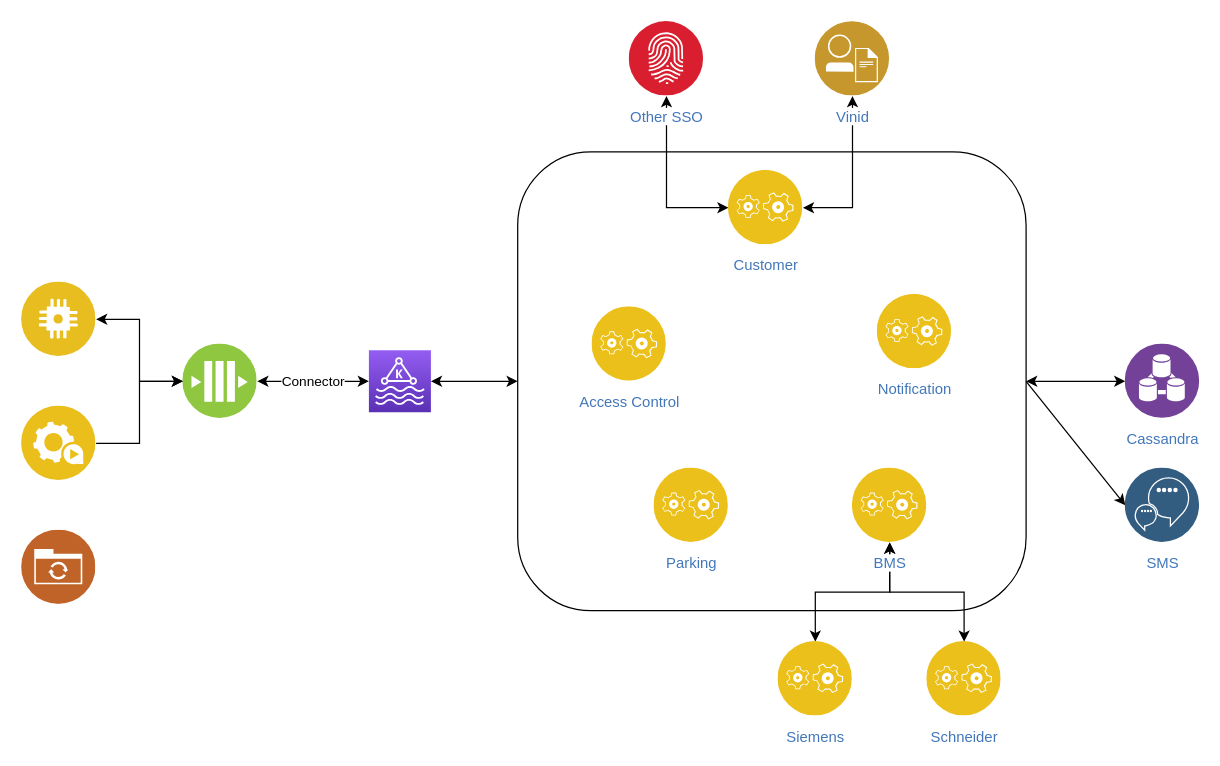
anhgv252/learn keeps this draw.io diagram as Untitled Diagram.drawio. Above is the earlier version. Source tidied: cells renumbered, new cells numbered last; positions are measured from the earlier drawing's top-left corner, leaving out a move shared by most shapes. Both pictures are drawn from the tidied source at 124%, with x=0, y=0 at pixel (21, 21).
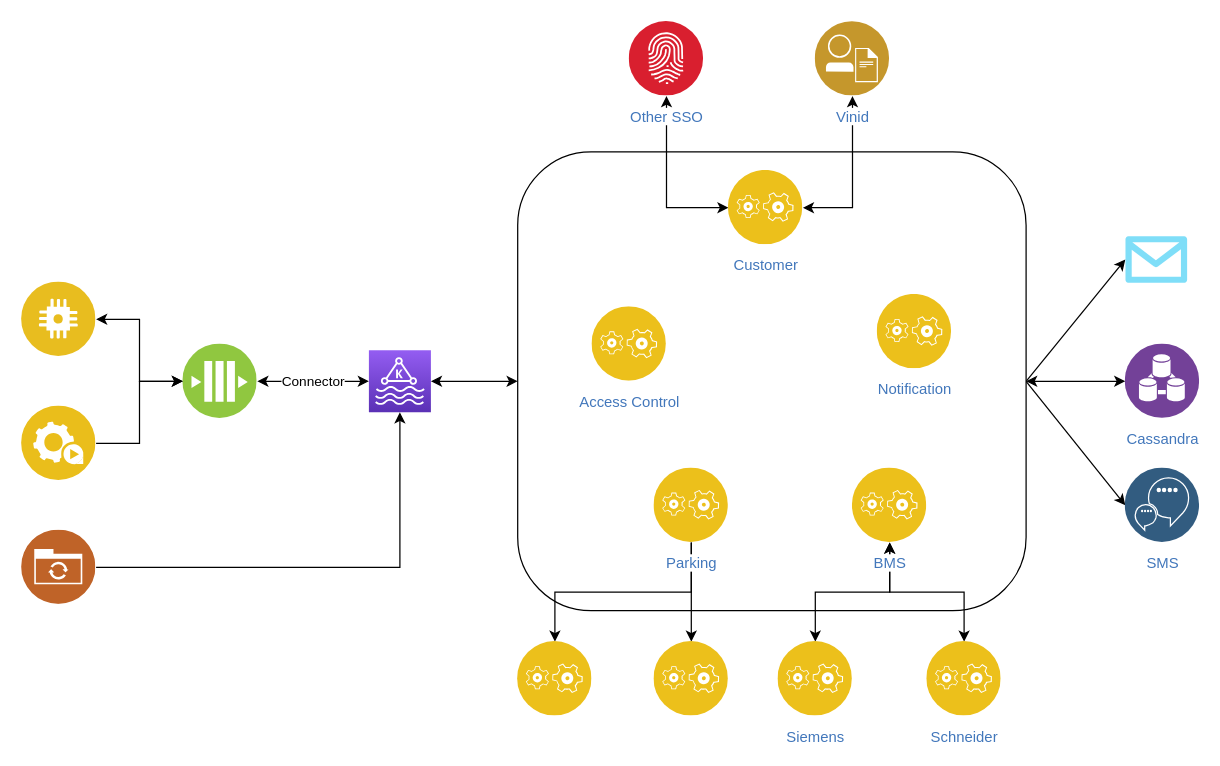
The same diagram, later.

The change refers to these unchanged cells:
```xml
<mxCell id="4" style="rounded=1;whiteSpace=wrap;html=1;arcSize=16;" parent="1" vertex="1">
  <mxGeometry x="400" y="105" width="410" height="370" as="geometry" />
</mxCell>
<mxCell id="12" style="outlineConnect=0;fontColor=#232F3E;gradientColor=#945DF2;gradientDirection=north;fillColor=#5A30B5;strokeColor=#ffffff;dashed=0;verticalLabelPosition=bottom;verticalAlign=top;align=center;html=1;fontSize=12;fontStyle=0;shape=mxgraph.aws4.resourceIcon;resIcon=mxgraph.aws4.managed_streaming_for_kafka;" parent="1" vertex="1">
  <mxGeometry x="280" y="265" width="50" height="50" as="geometry" />
</mxCell>
<mxCell id="16" value="Parking" style="perimeter=ellipsePerimeter;html=1;align=center;shadow=0;dashed=0;fontColor=#4277BB;labelBackgroundColor=#ffffff;fontSize=12;spacingTop=3;image;image=img/lib/ibm/applications/application_logic.svg;" parent="1" vertex="1">
  <mxGeometry x="510" y="360" width="60" height="60" as="geometry" />
</mxCell>
<mxCell id="28" style="perimeter=ellipsePerimeter;html=1;align=center;shadow=0;dashed=0;fontColor=#4277BB;labelBackgroundColor=#ffffff;fontSize=12;spacingTop=3;image;image=img/lib/ibm/social/file_sync.svg;" parent="1" vertex="1">
  <mxGeometry y="410" width="60" height="60" as="geometry" />
</mxCell>
```

Diff of the diagram source:
```diff
@@
+    <mxCell id="29" style="edgeStyle=none;rounded=0;jettySize=auto;html=1;entryX=0;entryY=0.5;entryDx=0;entryDy=0;entryPerimeter=0;startArrow=none;startFill=0;exitX=1;exitY=0.5;exitDx=0;exitDy=0;" parent="1" edge="1" source="4" target="33">
+      <mxGeometry relative="1" as="geometry" />
+    </mxCell>
@@
+    <mxCell id="30" style="edgeStyle=none;rounded=0;jettySize=auto;html=1;entryX=0.5;entryY=0;entryDx=0;entryDy=0;startArrow=none;startFill=0;" parent="1" edge="1" source="16" target="34">
+      <mxGeometry relative="1" as="geometry" />
+    </mxCell>
+    <mxCell id="31" style="edgeStyle=orthogonalEdgeStyle;rounded=0;jettySize=auto;html=1;startArrow=none;startFill=0;exitX=0.5;exitY=1;exitDx=0;exitDy=0;" parent="1" edge="1" source="16" target="35">
+      <mxGeometry relative="1" as="geometry" />
+    </mxCell>
@@
+    <mxCell id="32" style="edgeStyle=orthogonalEdgeStyle;rounded=0;jettySize=auto;html=1;startArrow=none;startFill=0;" parent="1" edge="1" source="28" target="12">
+      <mxGeometry relative="1" as="geometry" />
+    </mxCell>
@@
+    <mxCell id="33" style="verticalLabelPosition=bottom;html=1;verticalAlign=top;align=center;strokeColor=none;fillColor=#00BEF2;shape=mxgraph.azure.message;" parent="1" vertex="1">
+      <mxGeometry x="890" y="173" width="50" height="37.5" as="geometry" />
+    </mxCell>
+    <mxCell id="34" style="perimeter=ellipsePerimeter;html=1;align=center;shadow=0;dashed=0;fontColor=#4277BB;labelBackgroundColor=#ffffff;fontSize=12;spacingTop=3;image;image=img/lib/ibm/applications/application_logic.svg;" parent="1" vertex="1">
+      <mxGeometry x="510" y="500" width="60" height="60" as="geometry" />
+    </mxCell>
+    <mxCell id="35" style="perimeter=ellipsePerimeter;html=1;align=center;shadow=0;dashed=0;fontColor=#4277BB;labelBackgroundColor=#ffffff;fontSize=12;spacingTop=3;image;image=img/lib/ibm/applications/application_logic.svg;" parent="1" vertex="1">
+      <mxGeometry x="400" y="500" width="60" height="60" as="geometry" />
+    </mxCell>
```
